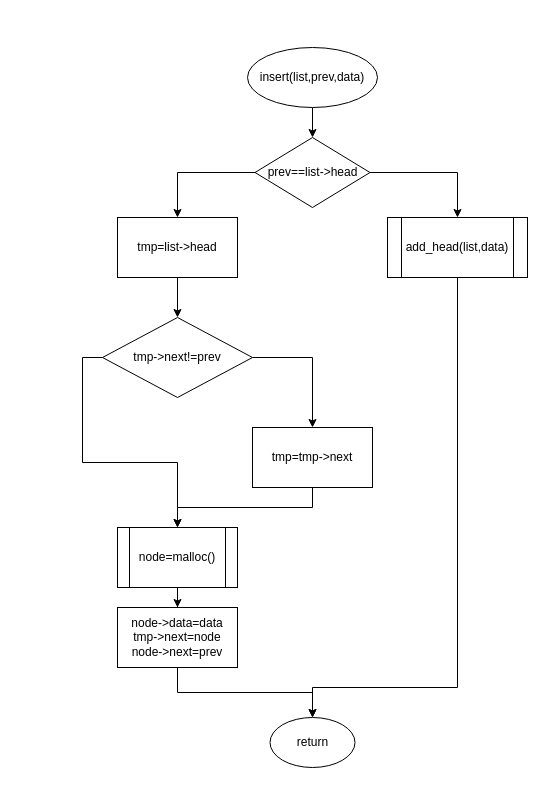
This is page "insert" (3 of 7) of lab6.drawio from Alvald1/draw.io, a draw.io file, before an edit. Source tidied: cells renumbered, new cells numbered last; positions are measured from the earlier drawing's top-left corner, leaving out a move shared by most shapes. Both pictures are drawn from the tidied source at 100%, with x=0, y=0 at pixel (102, 47).
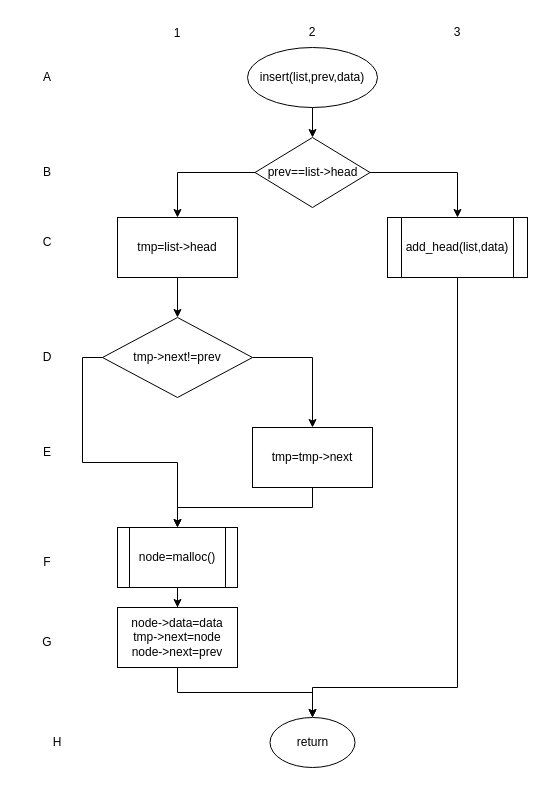
After the change.

Change to the diagram source:
```diff
@@
+    <mxCell id="21" value="1" style="text;html=1;strokeColor=none;fillColor=none;align=center;verticalAlign=middle;whiteSpace=wrap;rounded=0;" parent="1" vertex="1">
+      <mxGeometry x="45" y="-29" width="60" height="30" as="geometry" />
+    </mxCell>
+    <mxCell id="22" value="2" style="text;html=1;strokeColor=none;fillColor=none;align=center;verticalAlign=middle;whiteSpace=wrap;rounded=0;" parent="1" vertex="1">
+      <mxGeometry x="180" y="-30" width="60" height="30" as="geometry" />
+    </mxCell>
+    <mxCell id="23" value="3" style="text;html=1;strokeColor=none;fillColor=none;align=center;verticalAlign=middle;whiteSpace=wrap;rounded=0;" parent="1" vertex="1">
+      <mxGeometry x="325" y="-30" width="60" height="30" as="geometry" />
+    </mxCell>
+    <mxCell id="24" value="A" style="text;html=1;strokeColor=none;fillColor=none;align=center;verticalAlign=middle;whiteSpace=wrap;rounded=0;" parent="1" vertex="1">
+      <mxGeometry x="-85" y="15" width="60" height="30" as="geometry" />
+    </mxCell>
+    <mxCell id="25" value="B" style="text;html=1;strokeColor=none;fillColor=none;align=center;verticalAlign=middle;whiteSpace=wrap;rounded=0;" parent="1" vertex="1">
+      <mxGeometry x="-85" y="110" width="60" height="30" as="geometry" />
+    </mxCell>
+    <mxCell id="26" value="C" style="text;html=1;strokeColor=none;fillColor=none;align=center;verticalAlign=middle;whiteSpace=wrap;rounded=0;" parent="1" vertex="1">
+      <mxGeometry x="-85" y="180" width="60" height="30" as="geometry" />
+    </mxCell>
+    <mxCell id="27" value="E" style="text;html=1;strokeColor=none;fillColor=none;align=center;verticalAlign=middle;whiteSpace=wrap;rounded=0;" parent="1" vertex="1">
+      <mxGeometry x="-85" y="390" width="60" height="30" as="geometry" />
+    </mxCell>
+    <mxCell id="28" value="F" style="text;html=1;strokeColor=none;fillColor=none;align=center;verticalAlign=middle;whiteSpace=wrap;rounded=0;" parent="1" vertex="1">
+      <mxGeometry x="-85" y="500" width="60" height="30" as="geometry" />
+    </mxCell>
+    <mxCell id="29" value="G" style="text;html=1;strokeColor=none;fillColor=none;align=center;verticalAlign=middle;whiteSpace=wrap;rounded=0;" parent="1" vertex="1">
+      <mxGeometry x="-85" y="580" width="60" height="30" as="geometry" />
+    </mxCell>
+    <mxCell id="30" value="H" style="text;html=1;strokeColor=none;fillColor=none;align=center;verticalAlign=middle;whiteSpace=wrap;rounded=0;" parent="1" vertex="1">
+      <mxGeometry x="-75" y="680" width="60" height="30" as="geometry" />
+    </mxCell>
+    <mxCell id="31" value="D" style="text;html=1;strokeColor=none;fillColor=none;align=center;verticalAlign=middle;whiteSpace=wrap;rounded=0;" parent="1" vertex="1">
+      <mxGeometry x="-85" y="295" width="60" height="30" as="geometry" />
+    </mxCell>
```
